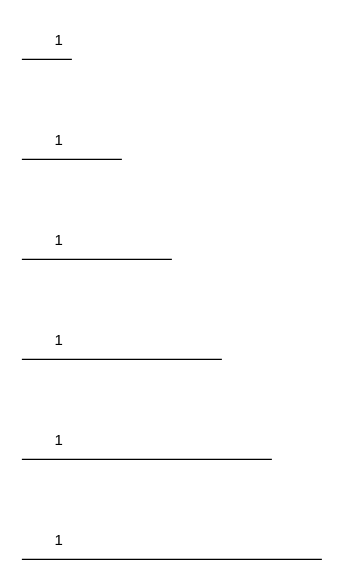
muweize/drawio-warehouse keeps this draw.io diagram as 未命名绘图1.drawio. Above is the earlier version. Source tidied: cells renumbered, new cells numbered last; positions are measured from the earlier drawing's top-left corner, leaving out a move shared by most shapes. Both pictures are drawn from the tidied source at 125%, with x=0, y=0 at pixel (21, 21).
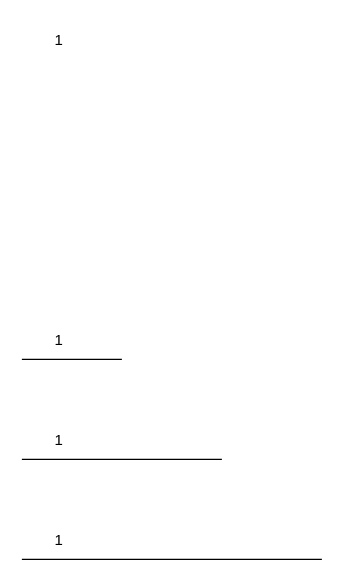
After the change.

Commit message:
更新未命名绘图1.drawio

The edit, as a diff of the source:
```diff
@@
 <mxGraphModel>
   <root>
     <mxCell id="0" />
     <mxCell id="1" parent="0" />
     <mxCell id="2" style="endArrow=none;html=1;rounded=0;" parent="1" edge="1">
       <mxGeometry relative="1" as="geometry">
         <mxPoint y="350" as="sourcePoint" />
-        <mxPoint x="200" y="350" as="targetPoint" />
+        <mxPoint x="160" y="350" as="targetPoint" />
       </mxGeometry>
     </mxCell>
     <mxCell id="3" style="endArrow=none;html=1;rounded=0;" parent="1" edge="1">
       <mxGeometry relative="1" as="geometry">
         <mxPoint y="430" as="sourcePoint" />
         <mxPoint x="240" y="430" as="targetPoint" />
       </mxGeometry>
     </mxCell>
     <mxCell id="4" style="endArrow=none;html=1;rounded=0;" parent="1" edge="1">
       <mxGeometry relative="1" as="geometry">
         <mxPoint y="270" as="sourcePoint" />
-        <mxPoint x="160" y="270" as="targetPoint" />
+        <mxPoint x="80" y="270" as="targetPoint" />
       </mxGeometry>
     </mxCell>
     <mxCell id="5" value="1" style="text;html=1;strokeColor=none;fillColor=none;align=center;verticalAlign=middle;whiteSpace=wrap;rounded=0;" parent="1" vertex="1">
       <mxGeometry y="320" width="60" height="30" as="geometry" />
     </mxCell>
     <mxCell id="6" value="1" style="text;html=1;strokeColor=none;fillColor=none;align=center;verticalAlign=middle;whiteSpace=wrap;rounded=0;" parent="1" vertex="1">
       <mxGeometry y="400" width="60" height="30" as="geometry" />
     </mxCell>
     <mxCell id="7" value="1" style="text;html=1;strokeColor=none;fillColor=none;align=center;verticalAlign=middle;whiteSpace=wrap;rounded=0;" parent="1" vertex="1">
       <mxGeometry y="240" width="60" height="30" as="geometry" />
     </mxCell>
-    <mxCell id="8" style="endArrow=none;html=1;rounded=0;" parent="1" edge="1">
-      <mxGeometry relative="1" as="geometry">
-        <mxPoint y="190" as="sourcePoint" />
-        <mxPoint x="120" y="190" as="targetPoint" />
-      </mxGeometry>
-    </mxCell>
-    <mxCell id="9" value="1" style="text;html=1;strokeColor=none;fillColor=none;align=center;verticalAlign=middle;whiteSpace=wrap;rounded=0;" parent="1" vertex="1">
-      <mxGeometry y="160" width="60" height="30" as="geometry" />
-    </mxCell>
-    <mxCell id="10" style="endArrow=none;html=1;rounded=0;" parent="1" edge="1">
-      <mxGeometry relative="1" as="geometry">
-        <mxPoint y="110" as="sourcePoint" />
-        <mxPoint x="80" y="110" as="targetPoint" />
-      </mxGeometry>
-    </mxCell>
-    <mxCell id="11" value="1" style="text;html=1;strokeColor=none;fillColor=none;align=center;verticalAlign=middle;whiteSpace=wrap;rounded=0;" parent="1" vertex="1">
-      <mxGeometry y="80" width="60" height="30" as="geometry" />
-    </mxCell>
-    <mxCell id="12" style="endArrow=none;html=1;rounded=0;" parent="1" edge="1">
-      <mxGeometry relative="1" as="geometry">
-        <mxPoint y="30" as="sourcePoint" />
-        <mxPoint x="40" y="30" as="targetPoint" />
-      </mxGeometry>
-    </mxCell>
     <mxCell id="13" value="1" style="text;html=1;strokeColor=none;fillColor=none;align=center;verticalAlign=middle;whiteSpace=wrap;rounded=0;" parent="1" vertex="1">
       <mxGeometry width="60" height="30" as="geometry" />
     </mxCell>
   </root>
 </mxGraphModel>
```
